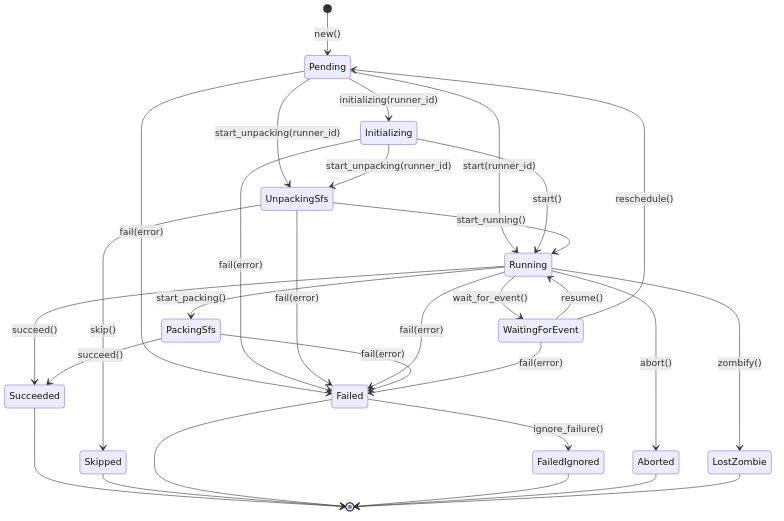
This is docs/step_machine.png from paninfracon/stormchaser, a Mermaid export, as it was before one commit. Its source is kept beside it as docs/step_machine.mmd.
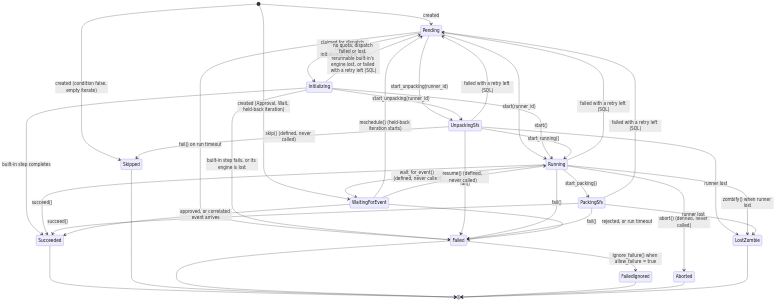
After the commit.

Diff of the diagram source:
```diff
@@ -1,34 +1,44 @@
 stateDiagram-v2
-    [*] --> Pending: new()
+    [*] --> Pending: created
+    [*] --> WaitingForEvent: created (Approval, Wait, held-back iteration)
+    [*] --> Skipped: created (condition false, empty iterate)
 
-    Pending --> Initializing: initializing(runner_id)
+    Pending --> Initializing: claimed for dispatch (SQL) / initializing(runner_id)
+    Pending --> UnpackingSfs: start_unpacking(runner_id)
     Pending --> Running: start(runner_id)
-    Pending --> UnpackingSfs: start_unpacking(runner_id)
-    Pending --> Failed: fail(error)
+    Pending --> Failed: fail() on run timeout
 
+    Initializing --> Pending: no quota, dispatch failed or lost, rerunnable built-in's engine lost, or failed with a retry left (SQL)
+    Initializing --> UnpackingSfs: start_unpacking(runner_id)
     Initializing --> Running: start()
-    Initializing --> UnpackingSfs: start_unpacking(runner_id)
-    Initializing --> Failed: fail(error)
+    Initializing --> Succeeded: built-in step completes
+    Initializing --> Failed: built-in step fails, or its engine is lost
 
     UnpackingSfs --> Running: start_running()
-    UnpackingSfs --> Failed: fail(error)
-    UnpackingSfs --> Skipped: skip()
+    UnpackingSfs --> Failed: fail()
+    UnpackingSfs --> LostZombie: runner lost
+    UnpackingSfs --> Pending: failed with a retry left (SQL)
+    UnpackingSfs --> Skipped: skip() (defined, never called)
 
     Running --> PackingSfs: start_packing()
     Running --> Succeeded: succeed()
-    Running --> Failed: fail(error)
-    Running --> WaitingForEvent: wait_for_event()
-    Running --> Aborted: abort()
-    Running --> LostZombie: zombify()
+    Running --> Failed: fail()
+    Running --> LostZombie: zombify() when runner lost
+    Running --> Pending: failed with a retry left (SQL)
+    Running --> WaitingForEvent: wait_for_event() (defined, never called)
+    Running --> Aborted: abort() (defined, never called)
 
     PackingSfs --> Succeeded: succeed()
-    PackingSfs --> Failed: fail(error)
+    PackingSfs --> Failed: fail()
+    PackingSfs --> LostZombie: runner lost
+    PackingSfs --> Pending: failed with a retry left (SQL)
 
-    WaitingForEvent --> Running: resume()
-    WaitingForEvent --> Pending: reschedule()
-    WaitingForEvent --> Failed: fail(error)
+    WaitingForEvent --> Pending: reschedule() (held-back iteration starts)
+    WaitingForEvent --> Succeeded: approved, or correlated event arrives
+    WaitingForEvent --> Failed: rejected, or run timeout
+    WaitingForEvent --> Running: resume() (defined, never called)
 
-    Failed --> FailedIgnored: ignore_failure()
+    Failed --> FailedIgnored: ignore_failure() when allow_failure = true
 
     Succeeded --> [*]
     Skipped --> [*]
```
